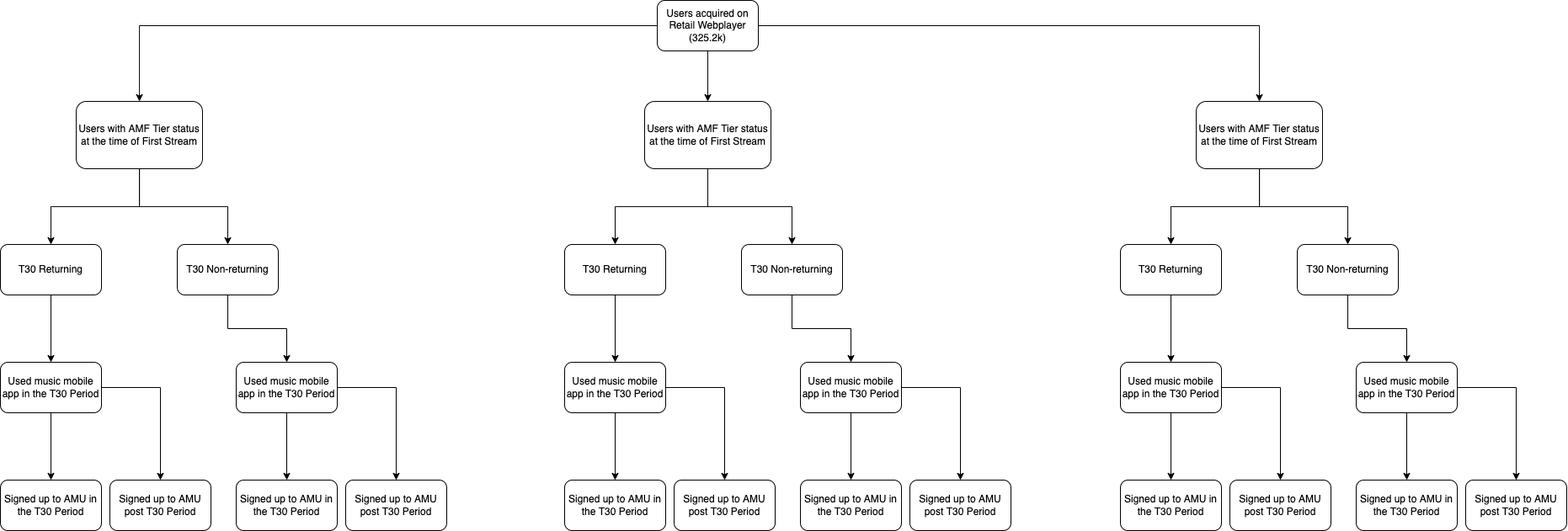
The draw.io diagram T30 Funnel Analysis.png in suchit-raju/draw-io, before a commit. Source tidied: cells renumbered, new cells last; positions are measured from the earlier drawing's top-left corner, leaving out a move shared by most shapes.
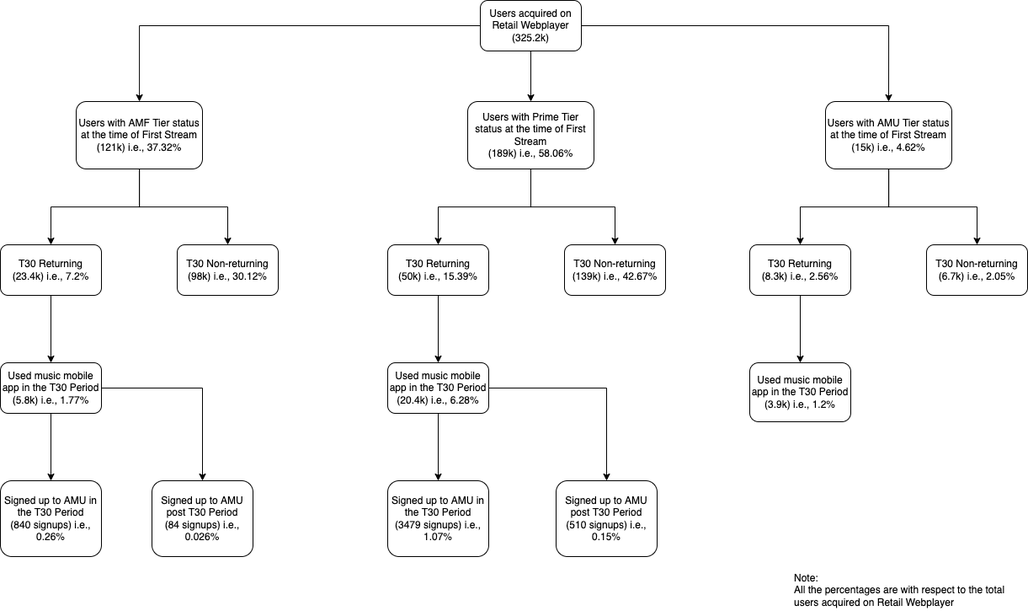
After the change.

What changed in the source:
```diff
@@ -20,20 +20,17 @@
     <mxCell id="7" style="edgeStyle=orthogonalEdgeStyle;rounded=0;jettySize=auto;html=1;" parent="1" edge="1" source="8" target="12">
       <mxGeometry relative="1" as="geometry" />
     </mxCell>
-    <mxCell id="8" value="Users with AMF Tier status at the time of First Stream" style="whiteSpace=wrap;html=1;rounded=1;" parent="1" vertex="1">
-      <mxGeometry x="90" y="120" width="150" height="80" as="geometry" />
+    <mxCell id="8" value="Users with AMF Tier status at the time of First Stream&lt;br&gt;(121k) i.e., 37.32%" style="whiteSpace=wrap;html=1;rounded=1;" parent="1" vertex="1">
+      <mxGeometry x="300" y="120" width="150" height="80" as="geometry" />
     </mxCell>
     <mxCell id="9" style="edgeStyle=orthogonalEdgeStyle;rounded=0;jettySize=auto;html=1;" parent="1" edge="1" source="10" target="15">
       <mxGeometry relative="1" as="geometry" />
     </mxCell>
-    <mxCell id="10" value="T30 Returning" style="whiteSpace=wrap;html=1;rounded=1;" parent="1" vertex="1">
-      <mxGeometry y="290" width="120" height="60" as="geometry" />
+    <mxCell id="10" value="T30 Returning&lt;br&gt;(23.4k) i.e., 7.2%" style="whiteSpace=wrap;html=1;rounded=1;" parent="1" vertex="1">
+      <mxGeometry x="210" y="290" width="120" height="60" as="geometry" />
     </mxCell>
-    <mxCell id="11" style="edgeStyle=orthogonalEdgeStyle;rounded=0;jettySize=auto;html=1;exitX=0.5;exitY=1;exitDx=0;exitDy=0;entryX=0.5;entryY=0;entryDx=0;entryDy=0;" parent="1" edge="1" source="12" target="20">
-      <mxGeometry relative="1" as="geometry" />
-    </mxCell>
-    <mxCell id="12" value="T30 Non-returning" style="whiteSpace=wrap;html=1;rounded=1;" parent="1" vertex="1">
-      <mxGeometry x="210" y="290" width="120" height="60" as="geometry" />
+    <mxCell id="12" value="T30 Non-returning&lt;br&gt;(98k) i.e., 30.12%" style="whiteSpace=wrap;html=1;rounded=1;" parent="1" vertex="1">
+      <mxGeometry x="420" y="290" width="120" height="60" as="geometry" />
     </mxCell>
     <mxCell id="13" style="edgeStyle=orthogonalEdgeStyle;rounded=0;jettySize=auto;html=1;" parent="1" edge="1" source="15" target="16">
       <mxGeometry relative="1" as="geometry" />
@@ -41,100 +38,52 @@
     <mxCell id="14" style="edgeStyle=orthogonalEdgeStyle;rounded=0;jettySize=auto;html=1;" parent="1" edge="1" source="15" target="17">
       <mxGeometry relative="1" as="geometry" />
     </mxCell>
-    <mxCell id="15" value="Used music mobile app in the T30 Period" style="whiteSpace=wrap;html=1;rounded=1;" parent="1" vertex="1">
-      <mxGeometry y="430" width="120" height="60" as="geometry" />
+    <mxCell id="15" value="Used music mobile app in the T30 Period&lt;br&gt;(5.8k) i.e., 1.77%" style="whiteSpace=wrap;html=1;rounded=1;" parent="1" vertex="1">
+      <mxGeometry x="210" y="430" width="120" height="60" as="geometry" />
     </mxCell>
-    <mxCell id="16" value="Signed up to AMU in the T30 Period" style="whiteSpace=wrap;html=1;rounded=1;" parent="1" vertex="1">
-      <mxGeometry y="570" width="120" height="60" as="geometry" />
+    <mxCell id="16" value="Signed up to AMU in the T30 Period&lt;br&gt;(840 signups) i.e., 0.26%" style="whiteSpace=wrap;html=1;rounded=1;" parent="1" vertex="1">
+      <mxGeometry x="210" y="570" width="120" height="90" as="geometry" />
     </mxCell>
-    <mxCell id="17" value="Signed up to AMU post T30 Period" style="whiteSpace=wrap;html=1;rounded=1;" parent="1" vertex="1">
-      <mxGeometry x="130" y="570" width="120" height="60" as="geometry" />
+    <mxCell id="17" value="Signed up to AMU post T30 Period&lt;br&gt;(84 signups) i.e., 0.026%" style="whiteSpace=wrap;html=1;rounded=1;" parent="1" vertex="1">
+      <mxGeometry x="390" y="570" width="120" height="90" as="geometry" />
     </mxCell>
-    <mxCell id="18" style="edgeStyle=orthogonalEdgeStyle;rounded=0;jettySize=auto;html=1;" parent="1" edge="1" source="20" target="21">
-      <mxGeometry relative="1" as="geometry" />
-    </mxCell>
-    <mxCell id="19" style="edgeStyle=orthogonalEdgeStyle;rounded=0;jettySize=auto;html=1;" parent="1" edge="1" source="20" target="22">
-      <mxGeometry relative="1" as="geometry" />
-    </mxCell>
-    <mxCell id="20" value="Used music mobile app in the T30 Period" style="whiteSpace=wrap;html=1;rounded=1;" parent="1" vertex="1">
-      <mxGeometry x="280" y="430" width="120" height="60" as="geometry" />
-    </mxCell>
-    <mxCell id="21" value="Signed up to AMU in the T30 Period" style="whiteSpace=wrap;html=1;rounded=1;" parent="1" vertex="1">
-      <mxGeometry x="280" y="570" width="120" height="60" as="geometry" />
-    </mxCell>
-    <mxCell id="22" value="Signed up to AMU post T30 Period" style="whiteSpace=wrap;html=1;rounded=1;" parent="1" vertex="1">
-      <mxGeometry x="410" y="570" width="120" height="60" as="geometry" />
-    </mxCell>
     <mxCell id="23" style="edgeStyle=orthogonalEdgeStyle;rounded=0;jettySize=auto;html=1;" parent="1" edge="1" source="25" target="27">
       <mxGeometry relative="1" as="geometry" />
     </mxCell>
     <mxCell id="24" style="edgeStyle=orthogonalEdgeStyle;rounded=0;jettySize=auto;html=1;" parent="1" edge="1" source="25" target="29">
       <mxGeometry relative="1" as="geometry" />
     </mxCell>
-    <mxCell id="25" value="Users with AMF Tier status at the time of First Stream" style="whiteSpace=wrap;html=1;rounded=1;" parent="1" vertex="1">
-      <mxGeometry x="1420" y="120" width="150" height="80" as="geometry" />
+    <mxCell id="25" value="Users with AMU Tier status at the time of First Stream&lt;br&gt;(15k) i.e., 4.62%" style="whiteSpace=wrap;html=1;rounded=1;" parent="1" vertex="1">
+      <mxGeometry x="1190" y="120" width="150" height="80" as="geometry" />
     </mxCell>
     <mxCell id="26" style="edgeStyle=orthogonalEdgeStyle;rounded=0;jettySize=auto;html=1;" parent="1" edge="1" source="27" target="32">
       <mxGeometry relative="1" as="geometry" />
     </mxCell>
-    <mxCell id="27" value="T30 Returning" style="whiteSpace=wrap;html=1;rounded=1;" parent="1" vertex="1">
-      <mxGeometry x="1330" y="290" width="120" height="60" as="geometry" />
+    <mxCell id="27" value="T30 Returning&lt;br&gt;(8.3k) i.e., 2.56%" style="whiteSpace=wrap;html=1;rounded=1;" parent="1" vertex="1">
+      <mxGeometry x="1100" y="290" width="120" height="60" as="geometry" />
     </mxCell>
-    <mxCell id="28" style="edgeStyle=orthogonalEdgeStyle;rounded=0;jettySize=auto;html=1;exitX=0.5;exitY=1;exitDx=0;exitDy=0;entryX=0.5;entryY=0;entryDx=0;entryDy=0;" parent="1" edge="1" source="29" target="37">
-      <mxGeometry relative="1" as="geometry" />
-    </mxCell>
-    <mxCell id="29" value="T30 Non-returning" style="whiteSpace=wrap;html=1;rounded=1;" parent="1" vertex="1">
-      <mxGeometry x="1540" y="290" width="120" height="60" as="geometry" />
+    <mxCell id="29" value="T30 Non-returning&lt;br&gt;(6.7k) i.e., 2.05%" style="whiteSpace=wrap;html=1;rounded=1;" parent="1" vertex="1">
+      <mxGeometry x="1310" y="290" width="120" height="60" as="geometry" />
     </mxCell>
-    <mxCell id="30" style="edgeStyle=orthogonalEdgeStyle;rounded=0;jettySize=auto;html=1;" parent="1" edge="1" source="32" target="33">
-      <mxGeometry relative="1" as="geometry" />
-    </mxCell>
-    <mxCell id="31" style="edgeStyle=orthogonalEdgeStyle;rounded=0;jettySize=auto;html=1;" parent="1" edge="1" source="32" target="34">
-      <mxGeometry relative="1" as="geometry" />
-    </mxCell>
-    <mxCell id="32" value="Used music mobile app in the T30 Period" style="whiteSpace=wrap;html=1;rounded=1;" parent="1" vertex="1">
-      <mxGeometry x="1330" y="430" width="120" height="60" as="geometry" />
+    <mxCell id="32" value="Used music mobile app in the T30 Period&lt;br&gt;(3.9k) i.e., 1.2%" style="whiteSpace=wrap;html=1;rounded=1;" parent="1" vertex="1">
+      <mxGeometry x="1100" y="430" width="120" height="70" as="geometry" />
     </mxCell>
-    <mxCell id="33" value="Signed up to AMU in the T30 Period" style="whiteSpace=wrap;html=1;rounded=1;" parent="1" vertex="1">
-      <mxGeometry x="1330" y="570" width="120" height="60" as="geometry" />
-    </mxCell>
-    <mxCell id="34" value="Signed up to AMU post T30 Period" style="whiteSpace=wrap;html=1;rounded=1;" parent="1" vertex="1">
-      <mxGeometry x="1460" y="570" width="120" height="60" as="geometry" />
-    </mxCell>
-    <mxCell id="35" style="edgeStyle=orthogonalEdgeStyle;rounded=0;jettySize=auto;html=1;" parent="1" edge="1" source="37" target="38">
-      <mxGeometry relative="1" as="geometry" />
-    </mxCell>
-    <mxCell id="36" style="edgeStyle=orthogonalEdgeStyle;rounded=0;jettySize=auto;html=1;" parent="1" edge="1" source="37" target="39">
-      <mxGeometry relative="1" as="geometry" />
-    </mxCell>
-    <mxCell id="37" value="Used music mobile app in the T30 Period" style="whiteSpace=wrap;html=1;rounded=1;" parent="1" vertex="1">
-      <mxGeometry x="1610" y="430" width="120" height="60" as="geometry" />
-    </mxCell>
-    <mxCell id="38" value="Signed up to AMU in the T30 Period" style="whiteSpace=wrap;html=1;rounded=1;" parent="1" vertex="1">
-      <mxGeometry x="1610" y="570" width="120" height="60" as="geometry" />
-    </mxCell>
-    <mxCell id="39" value="Signed up to AMU post T30 Period" style="whiteSpace=wrap;html=1;rounded=1;" parent="1" vertex="1">
-      <mxGeometry x="1740" y="570" width="120" height="60" as="geometry" />
-    </mxCell>
     <mxCell id="40" style="edgeStyle=orthogonalEdgeStyle;rounded=0;jettySize=auto;html=1;" parent="1" edge="1" source="42" target="44">
       <mxGeometry relative="1" as="geometry" />
     </mxCell>
     <mxCell id="41" style="edgeStyle=orthogonalEdgeStyle;rounded=0;jettySize=auto;html=1;" parent="1" edge="1" source="42" target="46">
       <mxGeometry relative="1" as="geometry" />
     </mxCell>
-    <mxCell id="42" value="Users with AMF Tier status at the time of First Stream" style="whiteSpace=wrap;html=1;rounded=1;" parent="1" vertex="1">
+    <mxCell id="42" value="Users with Prime Tier status at the time of First Stream&lt;br&gt;(189k) i.e., 58.06%" style="whiteSpace=wrap;html=1;rounded=1;" parent="1" vertex="1">
       <mxGeometry x="765" y="120" width="150" height="80" as="geometry" />
     </mxCell>
     <mxCell id="43" style="edgeStyle=orthogonalEdgeStyle;rounded=0;jettySize=auto;html=1;" parent="1" edge="1" source="44" target="49">
       <mxGeometry relative="1" as="geometry" />
     </mxCell>
-    <mxCell id="44" value="T30 Returning" style="whiteSpace=wrap;html=1;rounded=1;" parent="1" vertex="1">
+    <mxCell id="44" value="T30 Returning&lt;br&gt;(50k) i.e., 15.39%" style="whiteSpace=wrap;html=1;rounded=1;" parent="1" vertex="1">
       <mxGeometry x="670" y="290" width="120" height="60" as="geometry" />
     </mxCell>
-    <mxCell id="45" style="edgeStyle=orthogonalEdgeStyle;rounded=0;jettySize=auto;html=1;exitX=0.5;exitY=1;exitDx=0;exitDy=0;entryX=0.5;entryY=0;entryDx=0;entryDy=0;" parent="1" edge="1" source="46" target="54">
-      <mxGeometry relative="1" as="geometry" />
-    </mxCell>
-    <mxCell id="46" value="T30 Non-returning" style="whiteSpace=wrap;html=1;rounded=1;" parent="1" vertex="1">
+    <mxCell id="46" value="T30 Non-returning&lt;br&gt;(139k) i.e., 42.67%" style="whiteSpace=wrap;html=1;rounded=1;" parent="1" vertex="1">
       <mxGeometry x="880" y="290" width="120" height="60" as="geometry" />
     </mxCell>
     <mxCell id="47" style="edgeStyle=orthogonalEdgeStyle;rounded=0;jettySize=auto;html=1;" parent="1" edge="1" source="49" target="50">
@@ -143,29 +92,17 @@
     <mxCell id="48" style="edgeStyle=orthogonalEdgeStyle;rounded=0;jettySize=auto;html=1;" parent="1" edge="1" source="49" target="51">
       <mxGeometry relative="1" as="geometry" />
     </mxCell>
-    <mxCell id="49" value="Used music mobile app in the T30 Period" style="whiteSpace=wrap;html=1;rounded=1;" parent="1" vertex="1">
+    <mxCell id="49" value="Used music mobile app in the T30 Period&lt;br&gt;(20.4k) i.e., 6.28%" style="whiteSpace=wrap;html=1;rounded=1;" parent="1" vertex="1">
       <mxGeometry x="670" y="430" width="120" height="60" as="geometry" />
     </mxCell>
-    <mxCell id="50" value="Signed up to AMU in the T30 Period" style="whiteSpace=wrap;html=1;rounded=1;" parent="1" vertex="1">
-      <mxGeometry x="670" y="570" width="120" height="60" as="geometry" />
+    <mxCell id="50" value="Signed up to AMU in the T30 Period&lt;br&gt;(3479 signups) i.e., 1.07%" style="whiteSpace=wrap;html=1;rounded=1;" parent="1" vertex="1">
+      <mxGeometry x="670" y="570" width="120" height="90" as="geometry" />
     </mxCell>
-    <mxCell id="51" value="Signed up to AMU post T30 Period" style="whiteSpace=wrap;html=1;rounded=1;" parent="1" vertex="1">
-      <mxGeometry x="800" y="570" width="120" height="60" as="geometry" />
+    <mxCell id="51" value="Signed up to AMU post T30 Period&lt;br&gt;(510 signups) i.e., 0.15%" style="whiteSpace=wrap;html=1;rounded=1;" parent="1" vertex="1">
+      <mxGeometry x="870" y="570" width="120" height="90" as="geometry" />
     </mxCell>
-    <mxCell id="52" style="edgeStyle=orthogonalEdgeStyle;rounded=0;jettySize=auto;html=1;" parent="1" edge="1" source="54" target="55">
-      <mxGeometry relative="1" as="geometry" />
-    </mxCell>
-    <mxCell id="53" style="edgeStyle=orthogonalEdgeStyle;rounded=0;jettySize=auto;html=1;" parent="1" edge="1" source="54" target="56">
-      <mxGeometry relative="1" as="geometry" />
-    </mxCell>
-    <mxCell id="54" value="Used music mobile app in the T30 Period" style="whiteSpace=wrap;html=1;rounded=1;" parent="1" vertex="1">
-      <mxGeometry x="950" y="430" width="120" height="60" as="geometry" />
-    </mxCell>
-    <mxCell id="55" value="Signed up to AMU in the T30 Period" style="whiteSpace=wrap;html=1;rounded=1;" parent="1" vertex="1">
-      <mxGeometry x="950" y="570" width="120" height="60" as="geometry" />
-    </mxCell>
-    <mxCell id="56" value="Signed up to AMU post T30 Period" style="whiteSpace=wrap;html=1;rounded=1;" parent="1" vertex="1">
-      <mxGeometry x="1080" y="570" width="120" height="60" as="geometry" />
-    </mxCell>
+    <mxCell id="57" value="Note:&lt;br&gt;All the percentages are with respect to the total users acquired on Retail Webplayer" style="text;html=1;strokeColor=none;fillColor=none;align=left;verticalAlign=middle;whiteSpace=wrap;rounded=0;" parent="1" vertex="1">
+      <mxGeometry x="1151" y="670" width="279" height="60" as="geometry" />
+    </mxCell>
   </root>
 </mxGraphModel>
```
